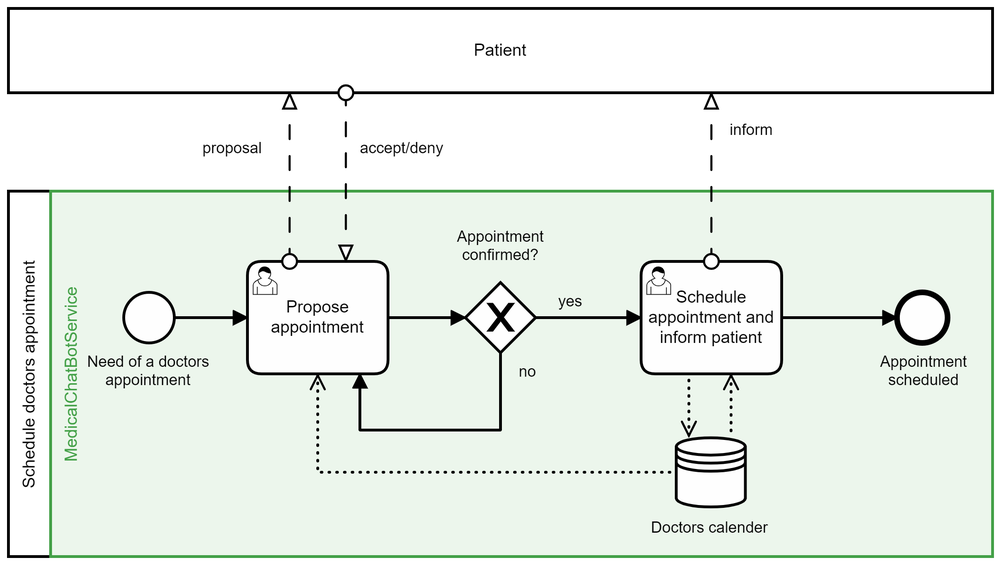
This is images/wiki/TO-BE_Process_schedule_appointment.png from DigiBP/DigiBP_Burrata, a BPMN export, as it was before one commit. Its source is kept beside it as TO-BE Process/TO-BE_Process_schedule_appointment.bpmn. Ids are renumbered.
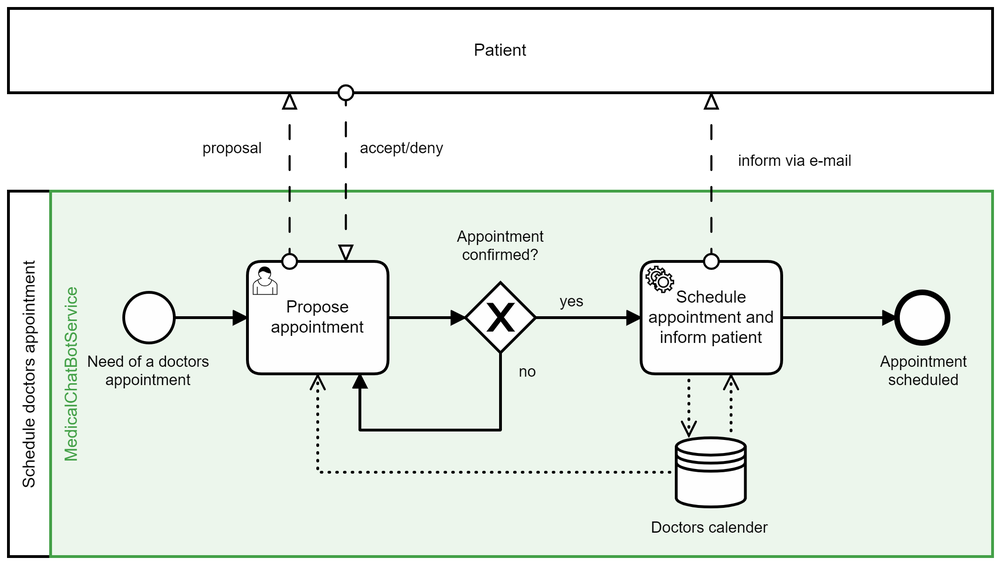
After the commit.

The edit, as a diff of the source:
```diff
@@ -2,7 +2,7 @@
   <bpmn:collaboration id="Collaboration_n2">
     <bpmn:participant id="Participant_n3" name="Schedule doctors appointment" processRef="Process_n4" />
     <bpmn:participant id="Participant_n5" name="Patient" />
-    <bpmn:messageFlow id="MessageFlow_n6" name="inform" sourceRef="Task_n7" targetRef="Participant_n5" />
+    <bpmn:messageFlow id="MessageFlow_n6" name="inform via e-mail" sourceRef="Task_n7" targetRef="Participant_n5" />
     <bpmn:messageFlow id="MessageFlow_n8" name="proposal" sourceRef="Task_n9" targetRef="Participant_n5" />
     <bpmn:messageFlow id="MessageFlow_n10" name="accept/deny" sourceRef="Participant_n5" targetRef="Task_n9" />
   </bpmn:collaboration>
@@ -10,44 +10,80 @@
     <bpmn:laneSet id="LaneSet_n11">
       <bpmn:lane id="Lane_n12" name="MedicalChatBotService">
         <bpmn:flowNodeRef>StartEvent_1</bpmn:flowNodeRef>
+        <bpmn:flowNodeRef>EndEvent_n14</bpmn:flowNodeRef>
+        <bpmn:flowNodeRef>Task_n7</bpmn:flowNodeRef>
         <bpmn:flowNodeRef>ExclusiveGateway_n13</bpmn:flowNodeRef>
-        <bpmn:flowNodeRef>EndEvent_n14</bpmn:flowNodeRef>
         <bpmn:flowNodeRef>Task_n9</bpmn:flowNodeRef>
-        <bpmn:flowNodeRef>Task_n7</bpmn:flowNodeRef>
+        <bpmn:flowNodeRef>Task_n26</bpmn:flowNodeRef>
       </bpmn:lane>
     </bpmn:laneSet>
-    <bpmn:sequenceFlow id="SequenceFlow_n15" sourceRef="StartEvent_1" targetRef="Task_n9" />
     <bpmn:startEvent id="StartEvent_1" name="Need of a doctors appointment">
       <bpmn:outgoing>SequenceFlow_n15</bpmn:outgoing>
     </bpmn:startEvent>
     <bpmn:sequenceFlow id="SequenceFlow_n16" sourceRef="Task_n9" targetRef="ExclusiveGateway_n13" />
-    <bpmn:sequenceFlow id="SequenceFlow_n17" name="no" sourceRef="ExclusiveGateway_n13" targetRef="Task_n9">
-      <bpmn:conditionExpression xsi:type="bpmn:tFormalExpression">${AppointmentCheck=="no"}</bpmn:conditionExpression>
-    </bpmn:sequenceFlow>
     <bpmn:sequenceFlow id="SequenceFlow_n18" name="yes" sourceRef="ExclusiveGateway_n13" targetRef="Task_n7">
       <bpmn:conditionExpression xsi:type="bpmn:tFormalExpression">${AppointmentCheck=="yes"}</bpmn:conditionExpression>
     </bpmn:sequenceFlow>
+    <bpmn:sequenceFlow id="SequenceFlow_n19" sourceRef="Task_n7" targetRef="EndEvent_n14" />
+    <bpmn:endEvent id="EndEvent_n14" name="Appointment scheduled">
+      <bpmn:incoming>SequenceFlow_n19</bpmn:incoming>
+    </bpmn:endEvent>
+    <bpmn:serviceTask id="Task_n7" name="Schedule appointment and inform patient">
+      <bpmn:extensionElements>
+        <camunda:connector>
+          <camunda:inputOutput>
+            <camunda:inputParameter name="method">POST</camunda:inputParameter>
+            <camunda:inputParameter name="url">https://hook.integromat.com/c9eugpy2xi81gb4yxa5exat0n2tysl45</camunda:inputParameter>
+            <camunda:inputParameter name="headers">
+              <camunda:map>
+                <camunda:entry key="Content-Type">application/json</camunda:entry>
+              </camunda:map>
+            </camunda:inputParameter>
+            <camunda:inputParameter name="payload">
+              <camunda:script scriptFormat="JavaScript">out = JSON.stringify({
+	"patient":name,
+	"date":date,
+	"start":start,
+	"end":end,
+	"email":email
+});</camunda:script>
+            </camunda:inputParameter>
+          </camunda:inputOutput>
+          <camunda:connectorId>http-connector</camunda:connectorId>
+        </camunda:connector>
+      </bpmn:extensionElements>
+      <bpmn:incoming>SequenceFlow_n18</bpmn:incoming>
+      <bpmn:outgoing>SequenceFlow_n19</bpmn:outgoing>
+      <bpmn:property id="Property_n27" name="__targetRef_placeholder" />
+      <bpmn:dataInputAssociation id="DataInputAssociation_n24">
+        <bpmn:sourceRef>DataStoreReference_n20</bpmn:sourceRef>
+        <bpmn:targetRef>Property_n27</bpmn:targetRef>
+      </bpmn:dataInputAssociation>
+      <bpmn:dataOutputAssociation id="DataOutputAssociation_n25">
+        <bpmn:targetRef>DataStoreReference_n20</bpmn:targetRef>
+      </bpmn:dataOutputAssociation>
+    </bpmn:serviceTask>
+    <bpmn:dataStoreReference id="DataStoreReference_n20" name="Doctors calender" />
     <bpmn:exclusiveGateway id="ExclusiveGateway_n13" name="Appointment confirmed?">
       <bpmn:incoming>SequenceFlow_n16</bpmn:incoming>
       <bpmn:outgoing>SequenceFlow_n18</bpmn:outgoing>
       <bpmn:outgoing>SequenceFlow_n17</bpmn:outgoing>
     </bpmn:exclusiveGateway>
-    <bpmn:endEvent id="EndEvent_n14" name="Appointment scheduled">
-      <bpmn:incoming>SequenceFlow_n19</bpmn:incoming>
-    </bpmn:endEvent>
-    <bpmn:dataStoreReference id="DataStoreReference_n20" name="Doctors calender" />
-    <bpmn:sequenceFlow id="SequenceFlow_n19" sourceRef="Task_n7" targetRef="EndEvent_n14" />
     <bpmn:userTask id="Task_n9" name="Propose appointment">
       <bpmn:extensionElements>
         <camunda:formData>
-          <camunda:formField id="AppointmentCheck" type="enum">
+          <camunda:formField id="name" label="Name" type="string" />
+          <camunda:formField id="date" label="Date" type="string" />
+          <camunda:formField id="start" label="Start" type="string" defaultValue="08:00" />
+          <camunda:formField id="end" label="End" type="string" defaultValue="09:00" />
+          <camunda:formField id="email" label="e-mail" type="string" />
+          <camunda:formField id="AppointmentCheck" label="Is the appointment acceptable?" type="enum">
             <camunda:value id="yes" name="yes" />
             <camunda:value id="no" name="no" />
           </camunda:formField>
         </camunda:formData>
       </bpmn:extensionElements>
-      <bpmn:incoming>SequenceFlow_n15</bpmn:incoming>
-      <bpmn:incoming>SequenceFlow_n17</bpmn:incoming>
+      <bpmn:incoming>SequenceFlow_n28</bpmn:incoming>
       <bpmn:outgoing>SequenceFlow_n16</bpmn:outgoing>
       <bpmn:property id="Property_n21" name="__targetRef_placeholder" />
       <bpmn:dataInputAssociation id="DataInputAssociation_n22">
@@ -55,34 +91,32 @@
         <bpmn:targetRef>Property_n21</bpmn:targetRef>
       </bpmn:dataInputAssociation>
     </bpmn:userTask>
-    <bpmn:userTask id="Task_n7" name="Schedule appointment and inform patient">
-      <bpmn:incoming>SequenceFlow_n18</bpmn:incoming>
-      <bpmn:outgoing>SequenceFlow_n19</bpmn:outgoing>
-      <bpmn:property id="Property_n23" name="__targetRef_placeholder" />
-      <bpmn:dataInputAssociation id="DataInputAssociation_n24">
-        <bpmn:sourceRef>DataStoreReference_n20</bpmn:sourceRef>
-        <bpmn:targetRef>Property_n23</bpmn:targetRef>
-      </bpmn:dataInputAssociation>
-      <bpmn:dataOutputAssociation id="DataOutputAssociation_n25">
-        <bpmn:targetRef>DataStoreReference_n20</bpmn:targetRef>
-      </bpmn:dataOutputAssociation>
-    </bpmn:userTask>
+    <bpmn:sequenceFlow id="SequenceFlow_n28" sourceRef="Task_n26" targetRef="Task_n9" />
+    <bpmn:sequenceFlow id="SequenceFlow_n17" name="no" sourceRef="ExclusiveGateway_n13" targetRef="Task_n26">
+      <bpmn:conditionExpression xsi:type="bpmn:tFormalExpression">${AppointmentCheck=="no"}</bpmn:conditionExpression>
+    </bpmn:sequenceFlow>
+    <bpmn:sequenceFlow id="SequenceFlow_n15" sourceRef="StartEvent_1" targetRef="Task_n26" />
+    <bpmn:manualTask id="Task_n26" name="Get next possible appointment">
+      <bpmn:incoming>SequenceFlow_n17</bpmn:incoming>
+      <bpmn:incoming>SequenceFlow_n15</bpmn:incoming>
+      <bpmn:outgoing>SequenceFlow_n28</bpmn:outgoing>
+    </bpmn:manualTask>
   </bpmn:process>
   <bpmndi:BPMNDiagram id="BPMNDiagram_1">
     <bpmndi:BPMNPlane id="BPMNPlane_1" bpmnElement="Collaboration_n2">
       <bpmndi:BPMNShape id="Participant_n3_di" bpmnElement="Participant_n3" isHorizontal="true">
-        <dc:Bounds x="160" y="180" width="700" height="260" />
+        <dc:Bounds x="160" y="180" width="820" height="260" />
       </bpmndi:BPMNShape>
       <bpmndi:BPMNShape id="EndEvent_n14_di" bpmnElement="EndEvent_n14">
-        <dc:Bounds x="792" y="252" width="36" height="36" />
+        <dc:Bounds x="902" y="252" width="36" height="36" />
         <bpmndi:BPMNLabel>
-          <dc:Bounds x="780" y="295" width="62" height="27" />
+          <dc:Bounds x="890" y="295" width="62" height="27" />
         </bpmndi:BPMNLabel>
       </bpmndi:BPMNShape>
       <bpmndi:BPMNShape id="DataStoreReference_n20_di" bpmnElement="DataStoreReference_n20">
-        <dc:Bounds x="635" y="355" width="50" height="50" />
+        <dc:Bounds x="585" y="365" width="50" height="50" />
         <bpmndi:BPMNLabel>
-          <dc:Bounds x="617" y="413" width="85" height="14" />
+          <dc:Bounds x="567" y="423" width="85" height="14" />
         </bpmndi:BPMNLabel>
       </bpmndi:BPMNShape>
       <bpmndi:BPMNShape id="_BPMNShape_StartEvent_2" bpmnElement="StartEvent_1">
@@ -92,84 +126,93 @@
         </bpmndi:BPMNLabel>
       </bpmndi:BPMNShape>
       <bpmndi:BPMNShape id="Participant_1f1r0t0_di" bpmnElement="Participant_n5" isHorizontal="true">
-        <dc:Bounds x="160" y="50" width="700" height="60" />
+        <dc:Bounds x="160" y="50" width="820" height="60" />
       </bpmndi:BPMNShape>
       <bpmndi:BPMNEdge id="SequenceFlow_n19_di" bpmnElement="SequenceFlow_n19">
-        <di:waypoint x="710" y="270" />
-        <di:waypoint x="792" y="270" />
+        <di:waypoint x="840" y="270" />
+        <di:waypoint x="902" y="270" />
       </bpmndi:BPMNEdge>
       <bpmndi:BPMNEdge id="MessageFlow_n6_di" bpmnElement="MessageFlow_n6">
-        <di:waypoint x="660" y="230" />
-        <di:waypoint x="660" y="110" />
+        <di:waypoint x="790" y="230" />
+        <di:waypoint x="790" y="110" />
         <bpmndi:BPMNLabel>
-          <dc:Bounds x="673" y="130" width="31" height="14" />
+          <dc:Bounds x="809" y="152" width="82" height="14" />
         </bpmndi:BPMNLabel>
       </bpmndi:BPMNEdge>
       <bpmndi:BPMNShape id="Lane_n12_di" bpmnElement="Lane_n12" isHorizontal="true" bioc:stroke="rgb(67, 160, 71)" bioc:fill="rgb(200, 230, 201)">
-        <dc:Bounds x="190" y="180" width="670" height="260" />
+        <dc:Bounds x="190" y="180" width="790" height="260" />
       </bpmndi:BPMNShape>
       <bpmndi:BPMNEdge id="DataInputAssociation_n24_di" bpmnElement="DataInputAssociation_n24">
-        <di:waypoint x="674" y="355" />
-        <di:waypoint x="674" y="310" />
+        <di:waypoint x="635" y="390" />
+        <di:waypoint x="804" y="390" />
+        <di:waypoint x="804" y="310" />
       </bpmndi:BPMNEdge>
       <bpmndi:BPMNEdge id="DataOutputAssociation_n25_di" bpmnElement="DataOutputAssociation_n25">
-        <di:waypoint x="644" y="310" />
-        <di:waypoint x="644" y="355" />
+        <di:waypoint x="774" y="310" />
+        <di:waypoint x="774" y="380" />
+        <di:waypoint x="635" y="380" />
+      </bpmndi:BPMNEdge>
+      <bpmndi:BPMNEdge id="SequenceFlow_n16_di" bpmnElement="SequenceFlow_n16">
+        <di:waypoint x="560" y="270" />
+        <di:waypoint x="605" y="270" />
+      </bpmndi:BPMNEdge>
+      <bpmndi:BPMNEdge id="DataInputAssociation_n22_di" bpmnElement="DataInputAssociation_n22">
+        <di:waypoint x="585" y="390" />
+        <di:waypoint x="510" y="390" />
+        <di:waypoint x="510" y="310" />
+      </bpmndi:BPMNEdge>
+      <bpmndi:BPMNEdge id="MessageFlow_n8_di" bpmnElement="MessageFlow_n8">
+        <di:waypoint x="490" y="230" />
+        <di:waypoint x="490" y="110" />
+        <bpmndi:BPMNLabel>
+          <dc:Bounds x="428" y="143" width="43" height="14" />
+        </bpmndi:BPMNLabel>
+      </bpmndi:BPMNEdge>
+      <bpmndi:BPMNShape id="ExclusiveGateway_n13_di" bpmnElement="ExclusiveGateway_n13" isMarkerVisible="true">
+        <dc:Bounds x="605" y="245" width="50" height="50" />
+        <bpmndi:BPMNLabel>
+          <dc:Bounds x="599" y="304.5" width="62" height="27" />
+        </bpmndi:BPMNLabel>
+      </bpmndi:BPMNShape>
+      <bpmndi:BPMNEdge id="SequenceFlow_n18_di" bpmnElement="SequenceFlow_n18">
+        <di:waypoint x="655" y="270" />
+        <di:waypoint x="740" y="270" />
+        <bpmndi:BPMNLabel>
+          <dc:Bounds x="675" y="252" width="17" height="14" />
+        </bpmndi:BPMNLabel>
+      </bpmndi:BPMNEdge>
+      <bpmndi:BPMNEdge id="MessageFlow_n10_di" bpmnElement="MessageFlow_n10">
+        <di:waypoint x="530" y="110" />
+        <di:waypoint x="530" y="230" />
+        <bpmndi:BPMNLabel>
+          <dc:Bounds x="540" y="143" width="60" height="14" />
+        </bpmndi:BPMNLabel>
+      </bpmndi:BPMNEdge>
+      <bpmndi:BPMNShape id="UserTask_1k32u74_di" bpmnElement="Task_n9">
+        <dc:Bounds x="460" y="230" width="100" height="80" />
+      </bpmndi:BPMNShape>
+      <bpmndi:BPMNShape id="ServiceTask_0l5ezej_di" bpmnElement="Task_n7">
+        <dc:Bounds x="740" y="230" width="100" height="80" />
+      </bpmndi:BPMNShape>
+      <bpmndi:BPMNEdge id="SequenceFlow_n28_di" bpmnElement="SequenceFlow_n28">
+        <di:waypoint x="420" y="270" />
+        <di:waypoint x="460" y="270" />
+      </bpmndi:BPMNEdge>
+      <bpmndi:BPMNEdge id="SequenceFlow_n17_di" bpmnElement="SequenceFlow_n17">
+        <di:waypoint x="630" y="245" />
+        <di:waypoint x="630" y="200" />
+        <di:waypoint x="370" y="200" />
+        <di:waypoint x="370" y="230" />
+        <bpmndi:BPMNLabel>
+          <dc:Bounds x="643" y="213" width="13" height="14" />
+        </bpmndi:BPMNLabel>
       </bpmndi:BPMNEdge>
       <bpmndi:BPMNEdge id="SequenceFlow_n15_di" bpmnElement="SequenceFlow_n15">
         <di:waypoint x="278" y="270" />
-        <di:waypoint x="330" y="270" />
+        <di:waypoint x="320" y="270" />
       </bpmndi:BPMNEdge>
-      <bpmndi:BPMNEdge id="SequenceFlow_n16_di" bpmnElement="SequenceFlow_n16">
-        <di:waypoint x="430" y="270" />
-        <di:waypoint x="485" y="270" />
-      </bpmndi:BPMNEdge>
-      <bpmndi:BPMNEdge id="DataInputAssociation_n22_di" bpmnElement="DataInputAssociation_n22">
-        <di:waypoint x="635" y="380" />
-        <di:waypoint x="380" y="380" />
-        <di:waypoint x="380" y="310" />
-      </bpmndi:BPMNEdge>
-      <bpmndi:BPMNEdge id="MessageFlow_n8_di" bpmnElement="MessageFlow_n8">
-        <di:waypoint x="360" y="230" />
-        <di:waypoint x="360" y="110" />
-        <bpmndi:BPMNLabel>
-          <dc:Bounds x="298" y="143" width="43" height="14" />
-        </bpmndi:BPMNLabel>
-      </bpmndi:BPMNEdge>
-      <bpmndi:BPMNShape id="ExclusiveGateway_n13_di" bpmnElement="ExclusiveGateway_n13" isMarkerVisible="true">
-        <dc:Bounds x="485" y="245" width="50" height="50" />
-        <bpmndi:BPMNLabel>
-          <dc:Bounds x="479" y="206" width="62" height="27" />
-        </bpmndi:BPMNLabel>
-      </bpmndi:BPMNShape>
-      <bpmndi:BPMNEdge id="SequenceFlow_n18_di" bpmnElement="SequenceFlow_n18">
-        <di:waypoint x="535" y="270" />
-        <di:waypoint x="610" y="270" />
-        <bpmndi:BPMNLabel>
-          <dc:Bounds x="551" y="252" width="17" height="14" />
-        </bpmndi:BPMNLabel>
-      </bpmndi:BPMNEdge>
-      <bpmndi:BPMNEdge id="SequenceFlow_n17_di" bpmnElement="SequenceFlow_n17">
-        <di:waypoint x="510" y="295" />
-        <di:waypoint x="510" y="350" />
-        <di:waypoint x="410" y="350" />
-        <di:waypoint x="410" y="310" />
-        <bpmndi:BPMNLabel>
-          <dc:Bounds x="523" y="302" width="13" height="14" />
-        </bpmndi:BPMNLabel>
-      </bpmndi:BPMNEdge>
-      <bpmndi:BPMNEdge id="MessageFlow_n10_di" bpmnElement="MessageFlow_n10">
-        <di:waypoint x="400" y="110" />
-        <di:waypoint x="400" y="230" />
-        <bpmndi:BPMNLabel>
-          <dc:Bounds x="410" y="143" width="60" height="14" />
-        </bpmndi:BPMNLabel>
-      </bpmndi:BPMNEdge>
-      <bpmndi:BPMNShape id="UserTask_1k32u74_di" bpmnElement="Task_n9">
-        <dc:Bounds x="330" y="230" width="100" height="80" />
-      </bpmndi:BPMNShape>
-      <bpmndi:BPMNShape id="UserTask_0a16xhu_di" bpmnElement="Task_n7">
-        <dc:Bounds x="610" y="230" width="100" height="80" />
+      <bpmndi:BPMNShape id="ManualTask_1j35j53_di" bpmnElement="Task_n26">
+        <dc:Bounds x="320" y="230" width="100" height="80" />
       </bpmndi:BPMNShape>
     </bpmndi:BPMNPlane>
   </bpmndi:BPMNDiagram>
```
